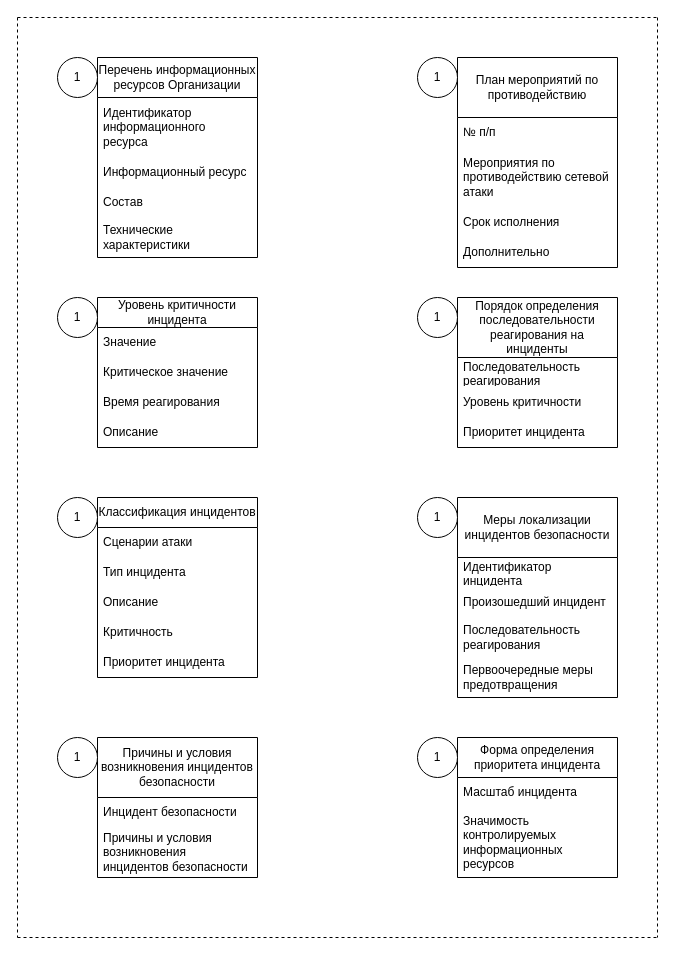
Above: (Старая схема ОПЗ)  Частные регламенты.drawio in SmirnovBogdan8/Diplom (draw.io), before the change. Source tidied: cells renumbered, new cells numbered last; positions are measured from the earlier drawing's top-left corner, leaving out a move shared by most shapes. Both pictures are drawn from the tidied source at 100%, with x=0, y=0 at pixel (17, 17).
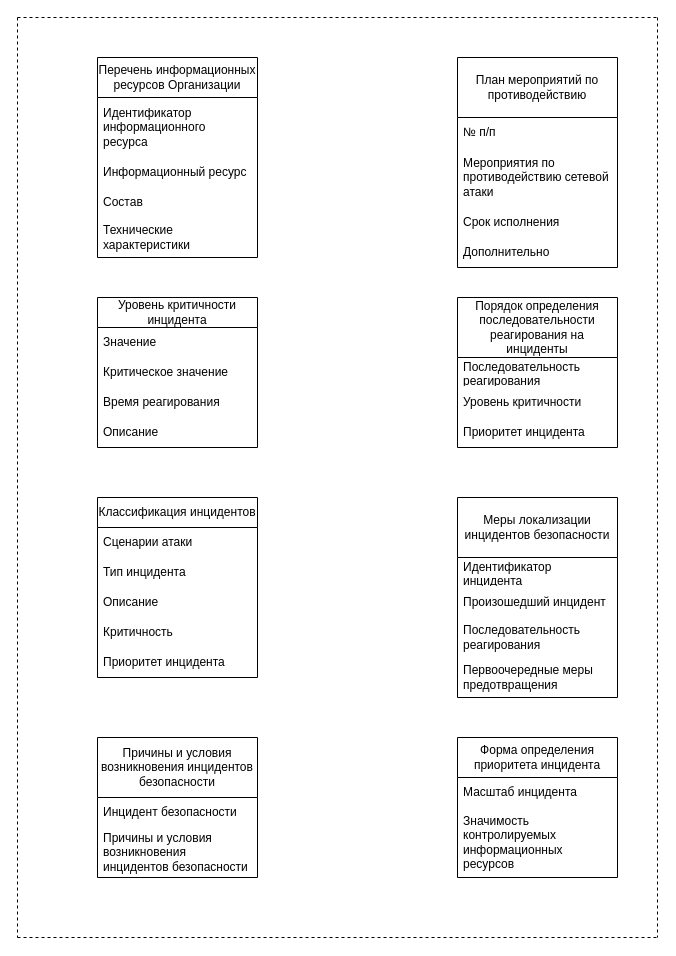
The same page after the edit.

The edit, as a diff of the source:
```diff
@@
-    <mxCell id="42" value="1" style="ellipse;whiteSpace=wrap;html=1;" parent="1" vertex="1">
-      <mxGeometry x="40" y="40" width="40" height="40" as="geometry" />
-    </mxCell>
-    <mxCell id="43" value="1" style="ellipse;whiteSpace=wrap;html=1;" parent="1" vertex="1">
-      <mxGeometry x="400" y="40" width="40" height="40" as="geometry" />
-    </mxCell>
-    <mxCell id="44" value="1" style="ellipse;whiteSpace=wrap;html=1;" parent="1" vertex="1">
-      <mxGeometry x="40" y="280" width="40" height="40" as="geometry" />
-    </mxCell>
-    <mxCell id="45" value="1" style="ellipse;whiteSpace=wrap;html=1;" parent="1" vertex="1">
-      <mxGeometry x="400" y="280" width="40" height="40" as="geometry" />
-    </mxCell>
-    <mxCell id="46" value="1" style="ellipse;whiteSpace=wrap;html=1;" parent="1" vertex="1">
-      <mxGeometry x="40" y="480" width="40" height="40" as="geometry" />
-    </mxCell>
-    <mxCell id="47" value="1" style="ellipse;whiteSpace=wrap;html=1;" parent="1" vertex="1">
-      <mxGeometry x="400" y="480" width="40" height="40" as="geometry" />
-    </mxCell>
-    <mxCell id="48" value="1" style="ellipse;whiteSpace=wrap;html=1;" parent="1" vertex="1">
-      <mxGeometry x="40" y="720" width="40" height="40" as="geometry" />
-    </mxCell>
-    <mxCell id="49" value="1" style="ellipse;whiteSpace=wrap;html=1;" parent="1" vertex="1">
-      <mxGeometry x="400" y="720" width="40" height="40" as="geometry" />
-    </mxCell>
```
